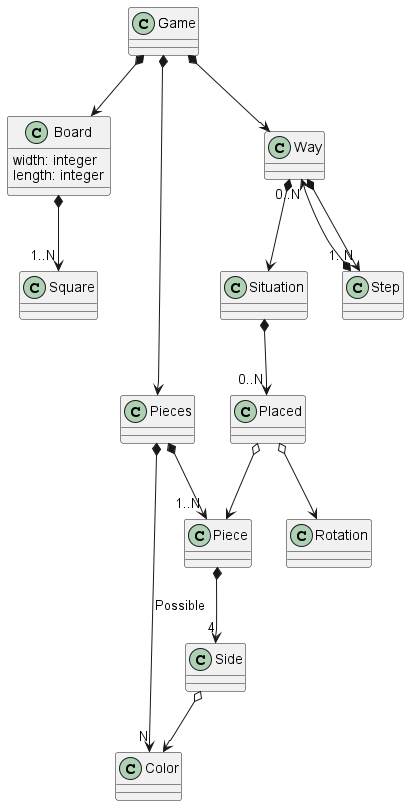
Earlier version of the PlantUML export doc/DomainModelDiagram/DomainModelDiagram.png (IgnacioMaestro/Eternity2).
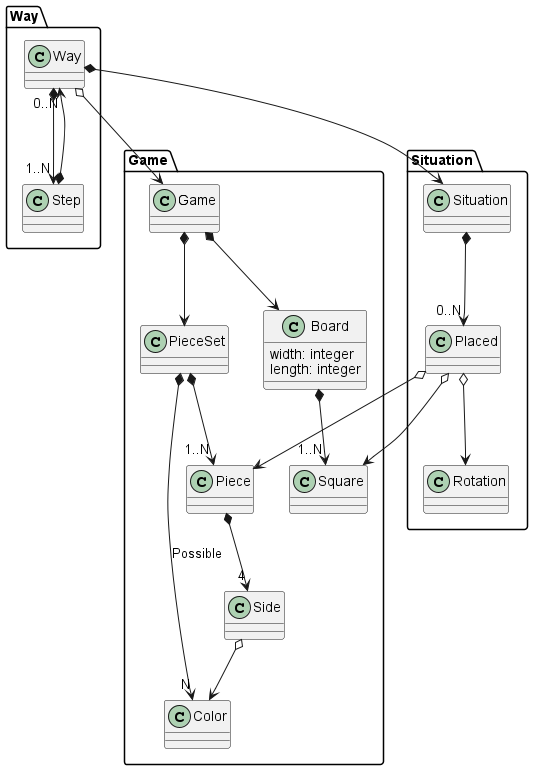
After the commit.

Commit message:
feat: update domain model

Change to the diagram source:
```diff
@@ -1,31 +1,38 @@
 @startuml
+package Game{
 class Game
 class Board {
     width: integer
     length: integer
 }
-class Pieces
 class Square
+class PieceSet
 class Piece
 class Color
 class Side
+Game *--> Board
+Game *--> PieceSet
+Board *--> "1..N" Square
+PieceSet *--> "N" Color: Possible
+PieceSet *--> "1..N" Piece :""
+Piece *--> "4" Side :""
+Side o--> Color
+}
+package Situation {
 class Situation
 class Placed
 class Rotation
+Situation *--> "0..N" Placed :""
+Placed o--> Rotation
+}
+package Way {
 class Way
 class Step
-Game *--> Board
-Game *--> Pieces
-Game *--> Way
-Board *--> "1..N" Square
-Pieces *--> "N" Color: Possible
-Pieces *--> "1..N" Piece :""
-Piece *--> "4" Side :""
-Way *--> Situation
 Way *--> "1..N" Step : ""
-Step *--> "0..N" Way : ""
-Side o--> Color
-Situation *--> "0..N" Placed :""
+Step *--> "0..N" Way
+}
+Way o--> Game : ""
+Way *--> Situation : ""
+Placed o--> Square
 Placed o--> Piece
-Placed o--> Rotation
 @enduml
```
